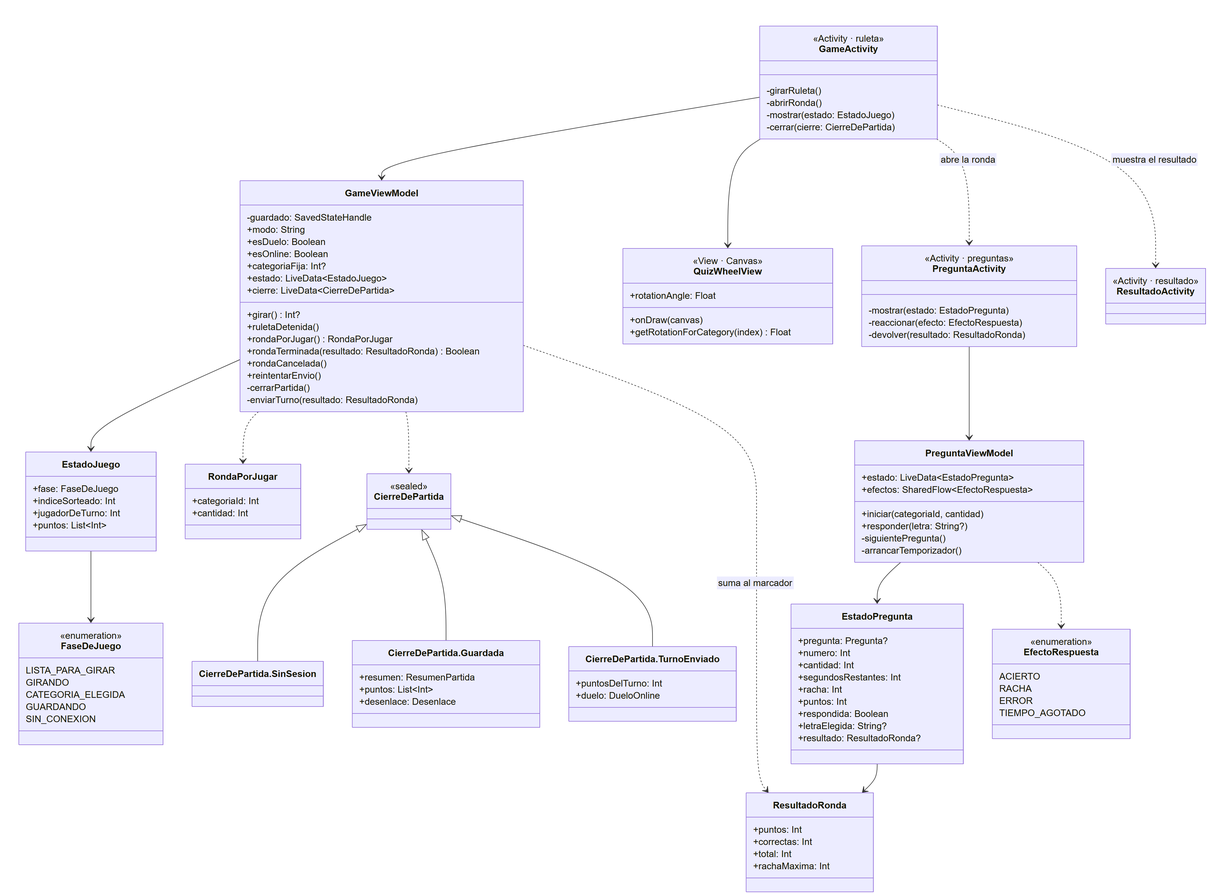
Before: docs/diagramas/05-partida.png, a diagram exported from Mermaid (sobas2785/Quizzly). Its source is kept beside it as docs/diagramas/05-partida.mmd.
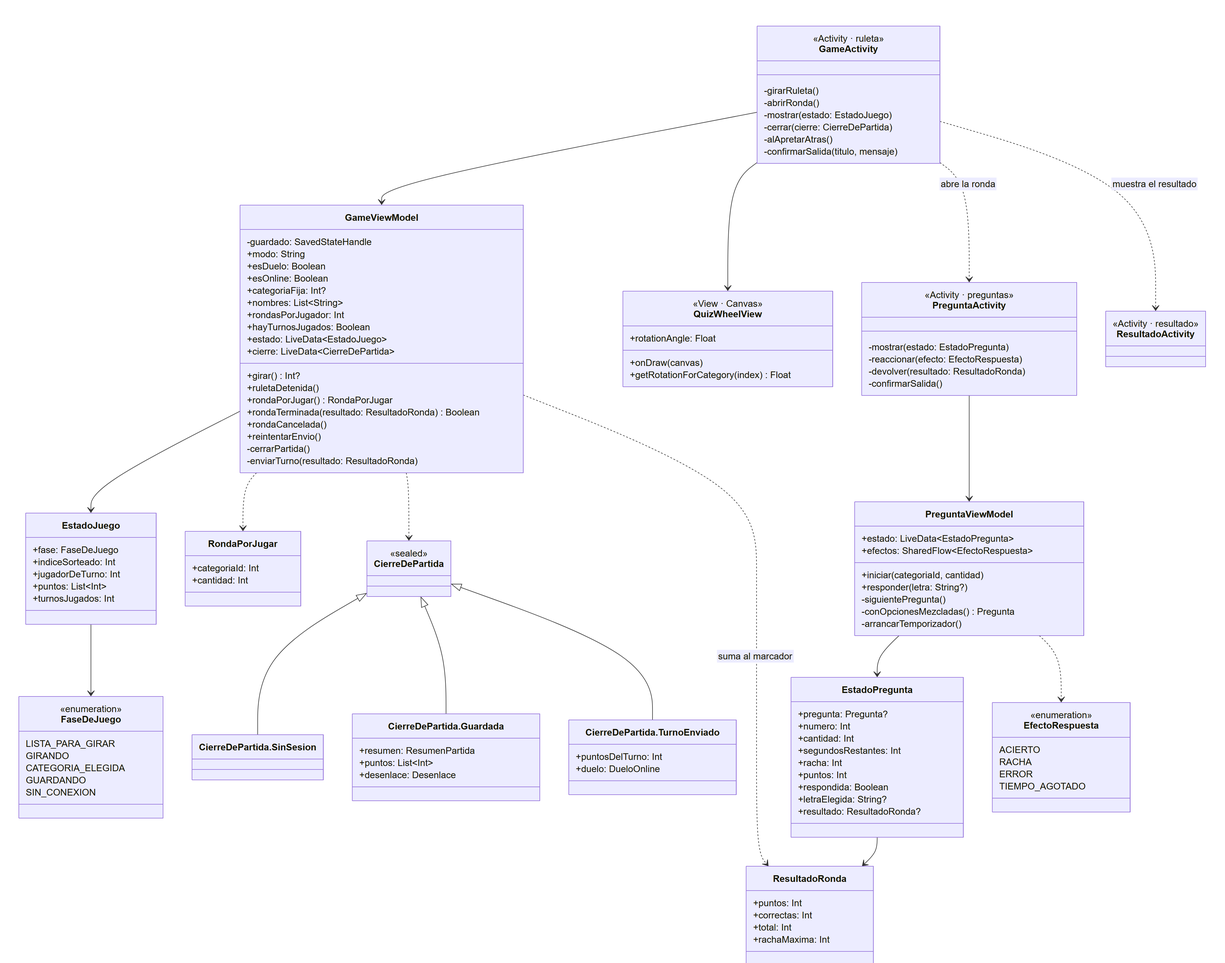
After the commit.

What changed in the source:
```diff
@@ -7,6 +7,8 @@
         -abrirRonda()
         -mostrar(estado: EstadoJuego)
         -cerrar(cierre: CierreDePartida)
+        -alApretarAtras()
+        -confirmarSalida(titulo, mensaje)
     }
 
     class QuizWheelView {
@@ -22,6 +24,9 @@
         +esDuelo: Boolean
         +esOnline: Boolean
         +categoriaFija: Int?
+        +nombres: List~String~
+        +rondasPorJugador: Int
+        +hayTurnosJugados: Boolean
         +estado: LiveData~EstadoJuego~
         +cierre: LiveData~CierreDePartida~
         +girar() Int?
@@ -39,6 +44,7 @@
         +indiceSorteado: Int
         +jugadorDeTurno: Int
         +puntos: List~Int~
+        +turnosJugados: Int
     }
 
     class FaseDeJuego {
@@ -74,6 +80,7 @@
         -mostrar(estado: EstadoPregunta)
         -reaccionar(efecto: EfectoRespuesta)
         -devolver(resultado: ResultadoRonda)
+        -confirmarSalida()
     }
 
     class PreguntaViewModel {
@@ -82,6 +89,7 @@
         +iniciar(categoriaId, cantidad)
         +responder(letra: String?)
         -siguientePregunta()
+        -conOpcionesMezcladas() Pregunta
         -arrancarTemporizador()
     }
 
```
